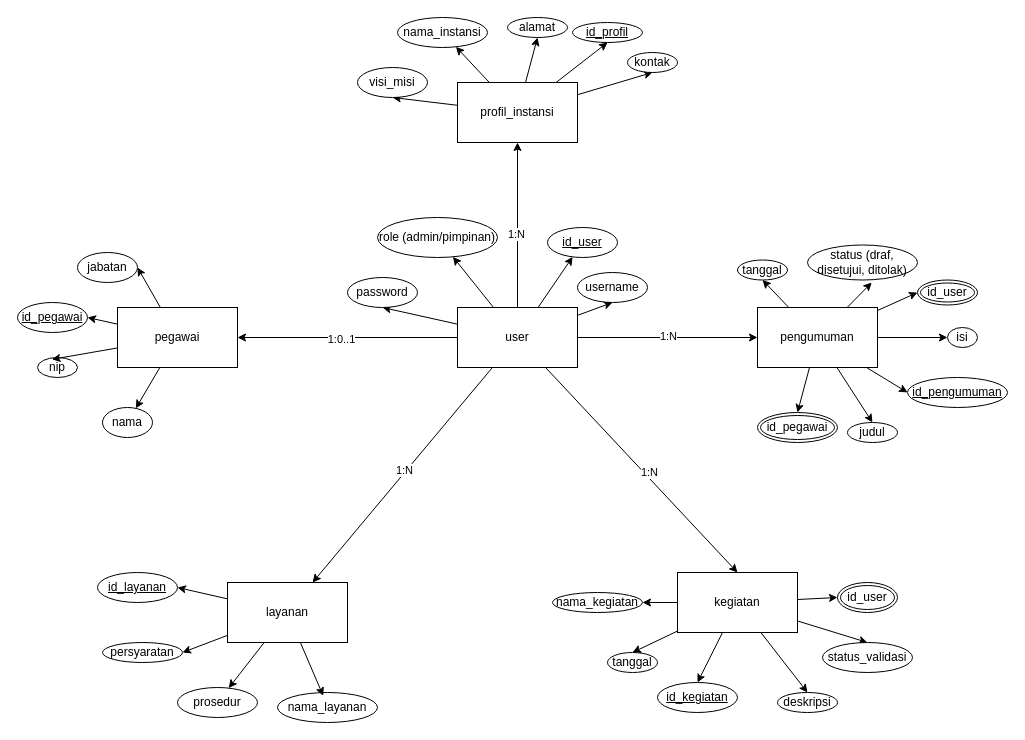
febrilasucia/Sistem-Informasi-CKN-Suliki keeps this draw.io diagram as erd.drawio. Above is the earlier version. Source tidied: cells renumbered, new cells numbered last; positions are measured from the earlier drawing's top-left corner, leaving out a move shared by most shapes. Both pictures are drawn from the tidied source at 100%, with x=0, y=0 at pixel (17, 17).
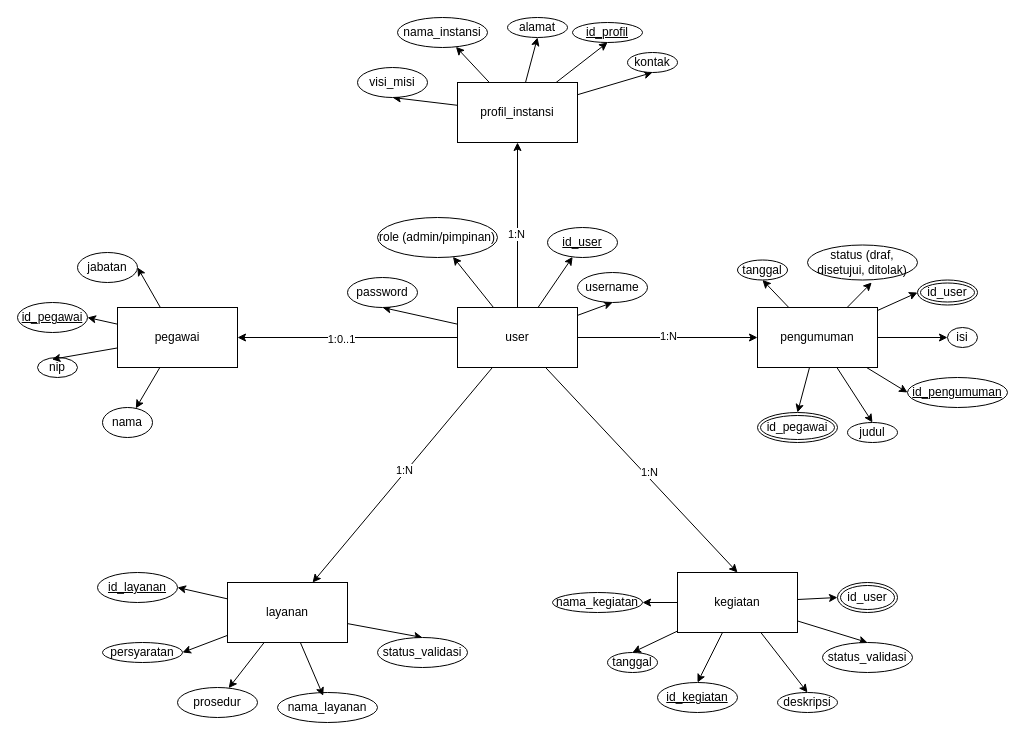
Above is the later version.

The change refers to these unchanged cells:
```xml
<mxCell id="44" value="layanan" style="rounded=0;whiteSpace=wrap;html=1;" parent="1" vertex="1">
  <mxGeometry x="210" y="565" width="120" height="60" as="geometry" />
</mxCell>
```

Diff of the diagram source:
```diff
@@
+    <mxCell id="79" style="rounded=0;jettySize=auto;html=1;entryX=0.5;entryY=0;entryDx=0;entryDy=0;" parent="1" edge="1" source="44" target="80">
+      <mxGeometry relative="1" as="geometry" />
+    </mxCell>
@@
+    <mxCell id="80" value="status_validasi" style="ellipse;whiteSpace=wrap;html=1;align=center;" parent="1" vertex="1">
+      <mxGeometry x="360" y="620" width="90" height="30" as="geometry" />
+    </mxCell>
```
